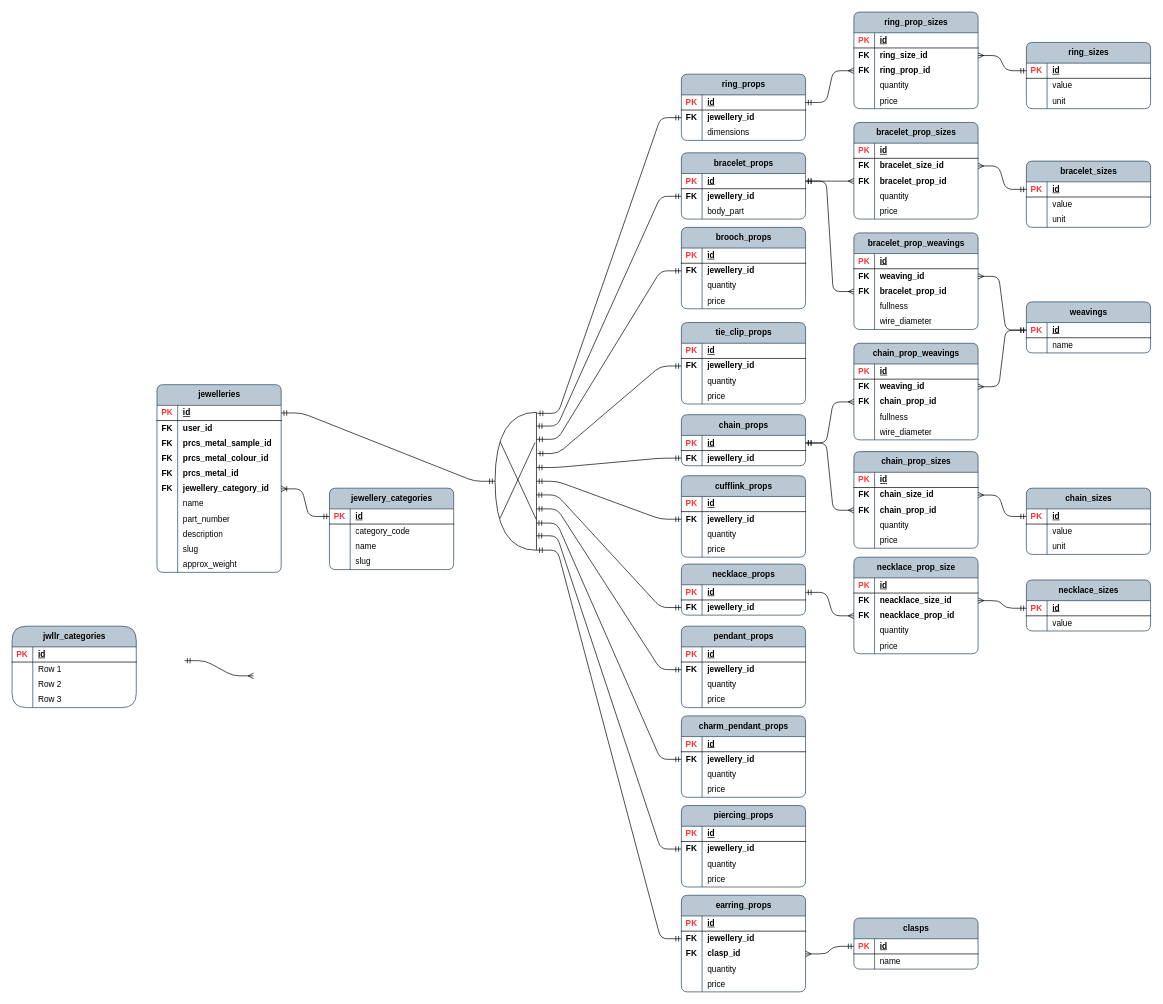
acwstudio/app-ben-brumm keeps this draw.io diagram as page "categories" (6 of 7) of jewellery_items.drawio. Above is the earlier version. Source tidied: cells renumbered, new cells numbered last; positions are measured from the earlier drawing's top-left corner, leaving out a move shared by most shapes. Both pictures are drawn from the tidied source at 69%, with x=0, y=0 at pixel (12, 12).
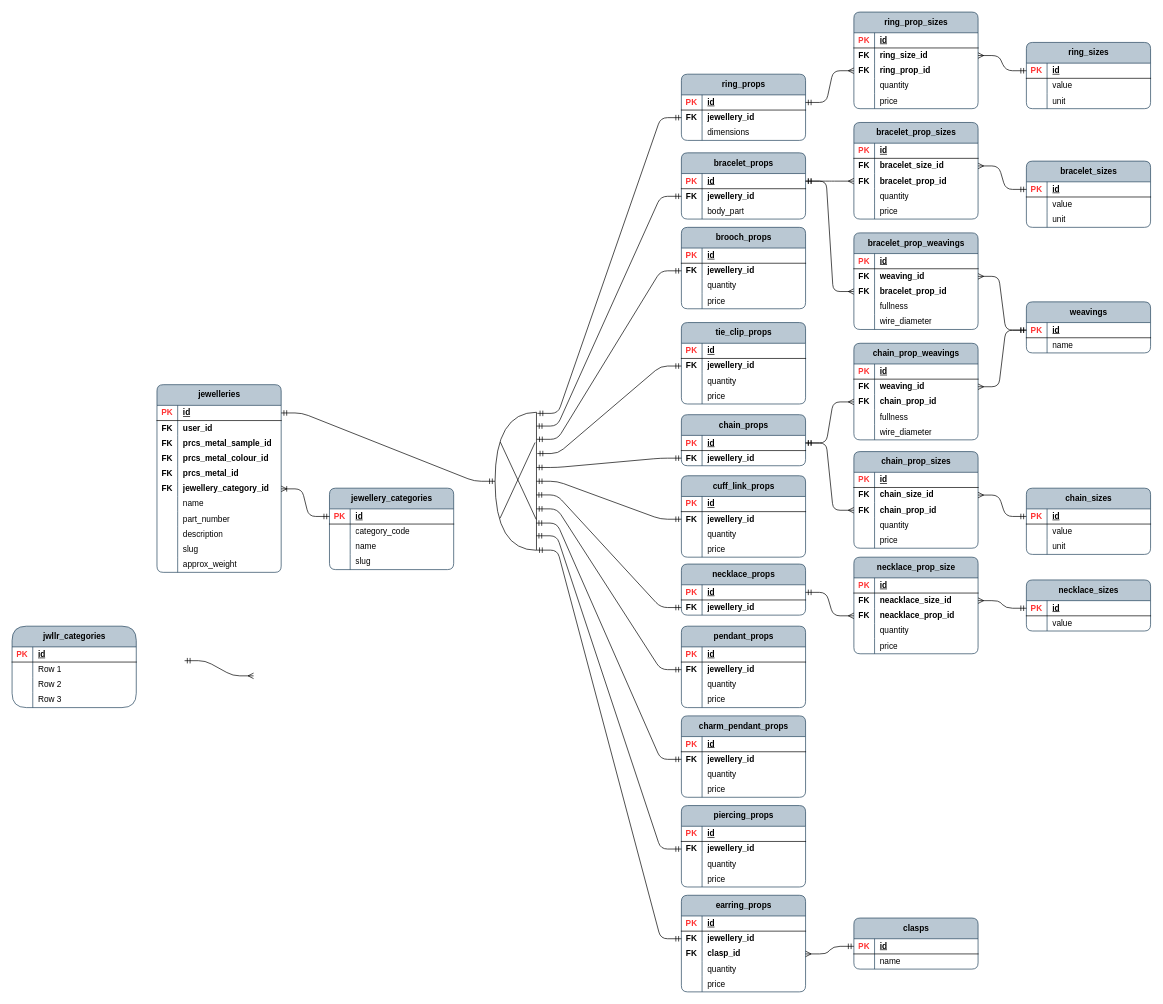
The same diagram, later.

Change to the diagram source:
```diff
@@
-    <mxCell id="253" value="cufflink_props" style="shape=table;startSize=30;childLayout=tableLayout;rowLines=0;fontStyle=1;align=center;html=1;rounded=1;swimlaneFillColor=none;fillColor=#bac8d3;strokeColor=#23445d;columnLines=1;arcSize=10;" parent="1" vertex="1">
+    <mxCell id="253" value="cuff_link_props" style="shape=table;startSize=30;childLayout=tableLayout;rowLines=0;fontStyle=1;align=center;html=1;rounded=1;swimlaneFillColor=none;fillColor=#bac8d3;strokeColor=#23445d;columnLines=1;arcSize=10;" parent="1" vertex="1">
       <mxGeometry x="970" y="672" width="180" height="118" as="geometry" />
     </mxCell>
```
